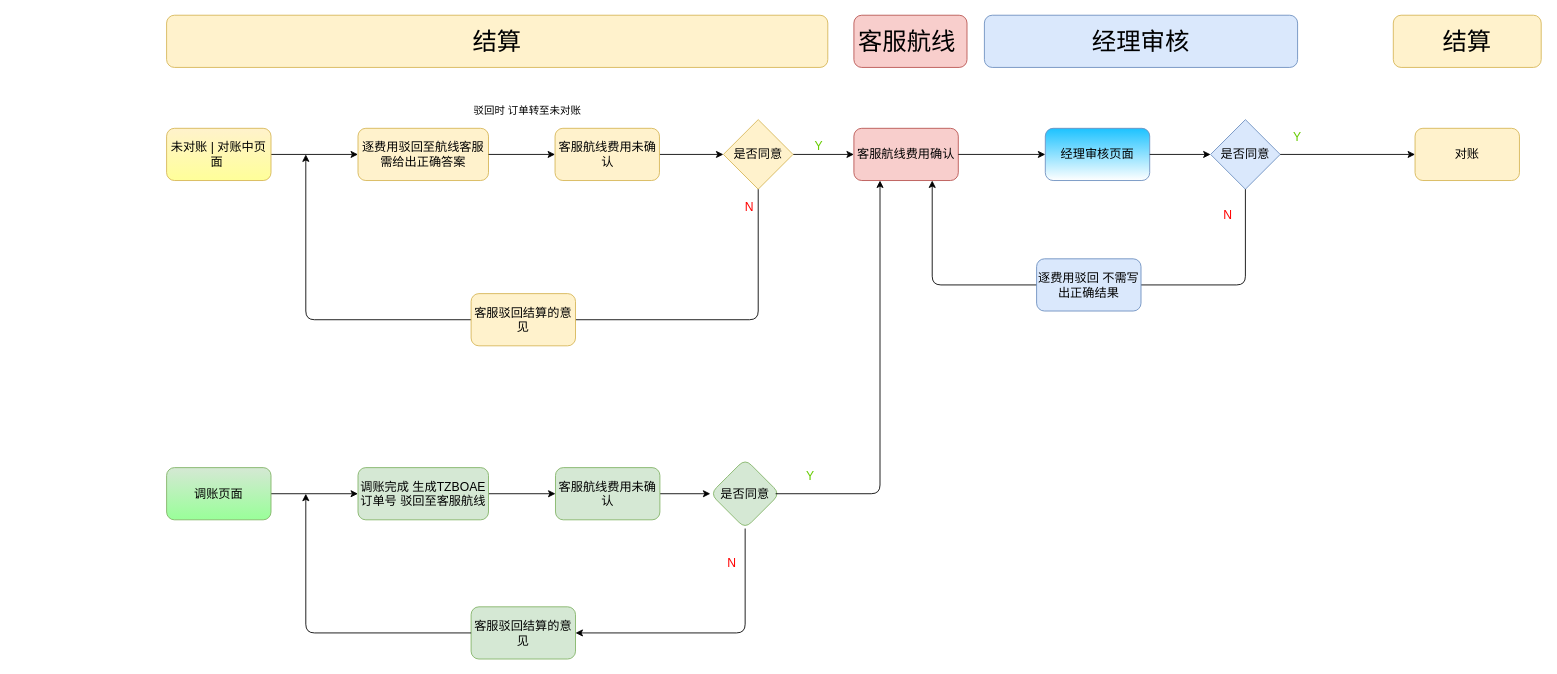
This is 新版流程图.drawio from DiggingSteve/Flow, a draw.io file, before an edit. Source tidied: cells renumbered, new cells numbered last; positions are measured from the earlier drawing's top-left corner, leaving out a move shared by most shapes. Both pictures are drawn from the tidied source at 87%, with x=0, y=0 at pixel (166, 15).
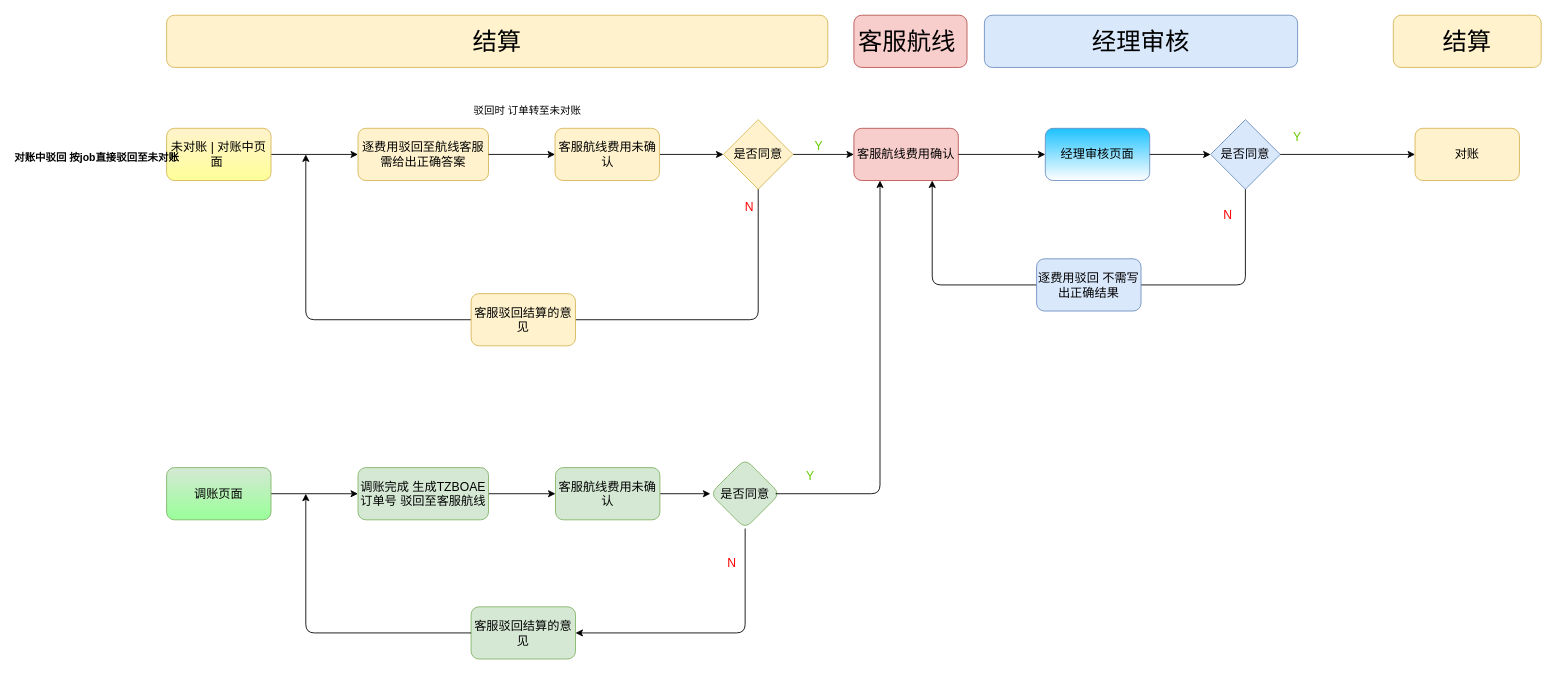
The same diagram, later.

Commit message:
更新新版流程图.drawio

What changed in the source:
```diff
@@
+    <mxCell id="43" value="对账中驳回 按job直接驳回至未对账" style="text;align=center;fontStyle=1;verticalAlign=middle;spacingLeft=3;spacingRight=3;strokeColor=none;" parent="1" vertex="1">
+      <mxGeometry x="-120" y="150" width="80" height="26" as="geometry" />
+    </mxCell>
```
